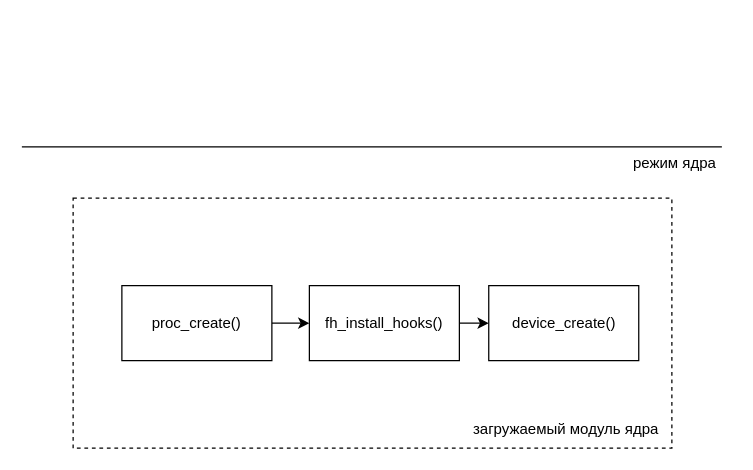
This is page "structure" (6 of 7) of Diagrams.drawio from tatarinova0903/bmstu_os_course, a draw.io file, before an edit. Source tidied: cells renumbered, new cells numbered last; positions are measured from the earlier drawing's top-left corner, leaving out a move shared by most shapes. Both pictures are drawn from the tidied source at 125%, with x=0, y=0 at pixel (21, 144).
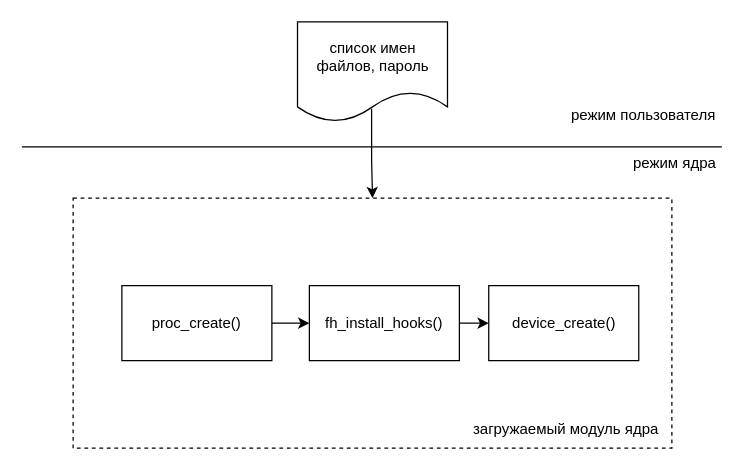
The same page after the edit.

Diff of the diagram source:
```diff
@@
 <mxGraphModel>
   <root>
     <mxCell id="0" />
     <mxCell id="1" parent="0" />
     <mxCell id="2" style="rounded=0;whiteSpace=wrap;html=1;dashed=1;" parent="1" vertex="1">
       <mxGeometry x="41" y="43" width="479" height="200" as="geometry" />
     </mxCell>
     <mxCell id="3" style="edgeStyle=orthogonalEdgeStyle;rounded=0;jettySize=auto;html=1;entryX=0;entryY=0.5;entryDx=0;entryDy=0;" parent="1" edge="1" source="4" target="9">
       <mxGeometry relative="1" as="geometry" />
     </mxCell>
     <mxCell id="4" value="proc_create()" style="rounded=0;whiteSpace=wrap;html=1;" parent="1" vertex="1">
       <mxGeometry x="80" y="113" width="120" height="60" as="geometry" />
     </mxCell>
     <mxCell id="5" style="endArrow=none;html=1;rounded=0;" parent="1" edge="1">
       <mxGeometry relative="1" as="geometry">
         <mxPoint y="2" as="sourcePoint" />
         <mxPoint x="560" y="2" as="targetPoint" />
       </mxGeometry>
     </mxCell>
     <mxCell id="6" value="режим ядра" style="text;html=1;align=center;verticalAlign=middle;strokeColor=none;fillColor=none;" parent="1" vertex="1">
       <mxGeometry x="477" width="90" height="30" as="geometry" />
     </mxCell>
     <mxCell id="7" value="загружаемый модуль ядра" style="text;html=1;align=center;verticalAlign=middle;strokeColor=none;fillColor=none;" parent="1" vertex="1">
       <mxGeometry x="350" y="213" width="170" height="30" as="geometry" />
     </mxCell>
     <mxCell id="8" style="edgeStyle=orthogonalEdgeStyle;rounded=0;jettySize=auto;html=1;entryX=0;entryY=0.5;entryDx=0;entryDy=0;" parent="1" edge="1" source="9" target="10">
       <mxGeometry relative="1" as="geometry" />
     </mxCell>
     <mxCell id="9" value="fh_install_hooks()" style="rounded=0;whiteSpace=wrap;html=1;" parent="1" vertex="1">
       <mxGeometry x="230" y="113" width="120" height="60" as="geometry" />
     </mxCell>
     <mxCell id="10" value="device_create()" style="rounded=0;whiteSpace=wrap;html=1;" parent="1" vertex="1">
       <mxGeometry x="373.5" y="113" width="120" height="60" as="geometry" />
     </mxCell>
+    <mxCell id="11" value="режим пользователя" style="text;html=1;align=center;verticalAlign=middle;strokeColor=none;fillColor=none;" parent="1" vertex="1">
+      <mxGeometry x="427" y="-38" width="140" height="30" as="geometry" />
+    </mxCell>
+    <mxCell id="12" style="edgeStyle=orthogonalEdgeStyle;rounded=0;jettySize=auto;html=1;exitX=0.494;exitY=0.868;exitDx=0;exitDy=0;exitPerimeter=0;" parent="1" edge="1" source="13" target="2">
+      <mxGeometry relative="1" as="geometry" />
+    </mxCell>
+    <mxCell id="13" value="список имен&lt;br style=&quot;border-color: var(--border-color);&quot;&gt;файлов, пароль" style="shape=document;whiteSpace=wrap;html=1;boundedLbl=1;" parent="1" vertex="1">
+      <mxGeometry x="220.5" y="-98" width="120" height="80" as="geometry" />
+    </mxCell>
   </root>
 </mxGraphModel>
```
